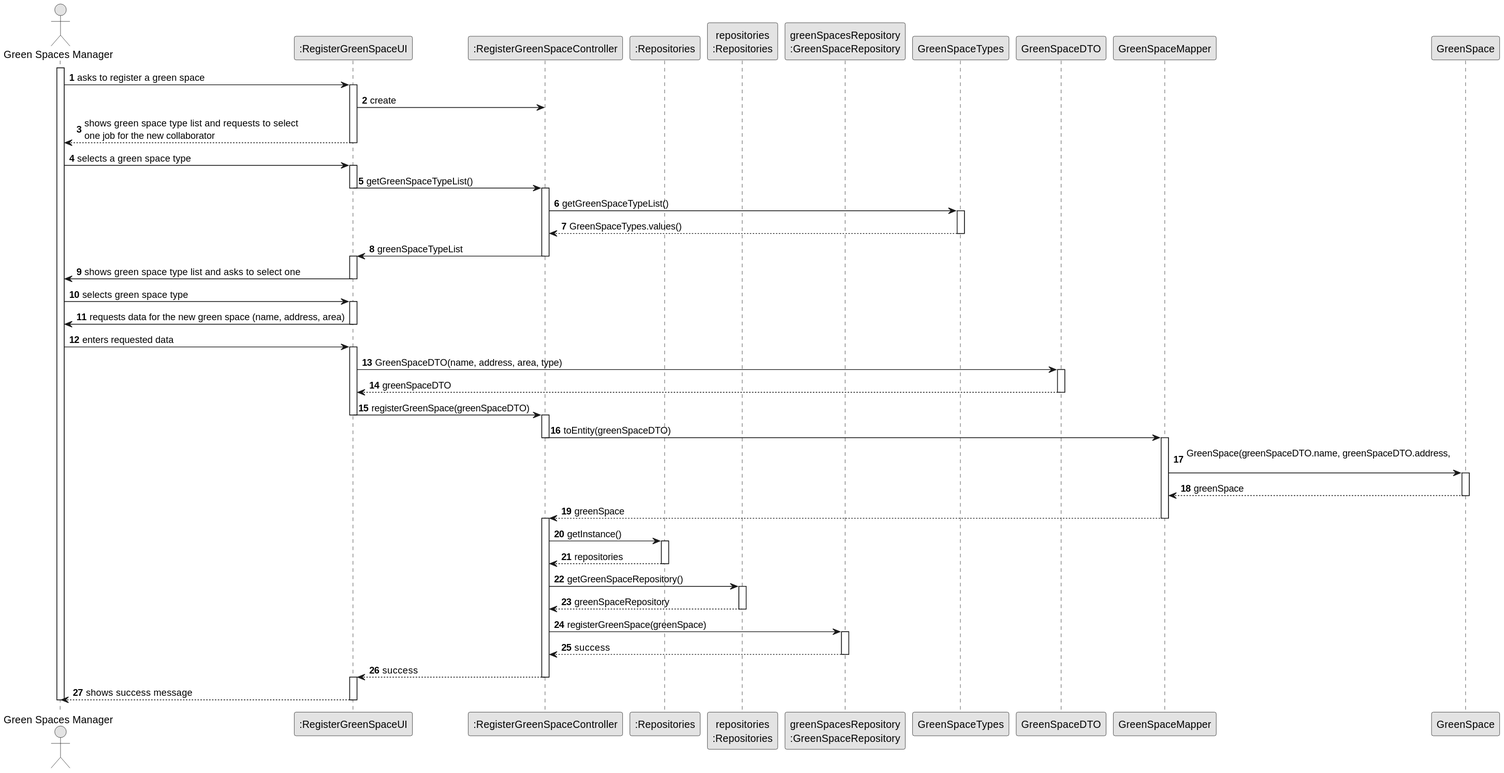
Before: docs/sprintC/us020/03.design/svg/us020-sequence-diagram-full.svg, a diagram exported from PlantUML (Departamento-de-Engenharia-Informatica/lei-24-s2-1do-g164).
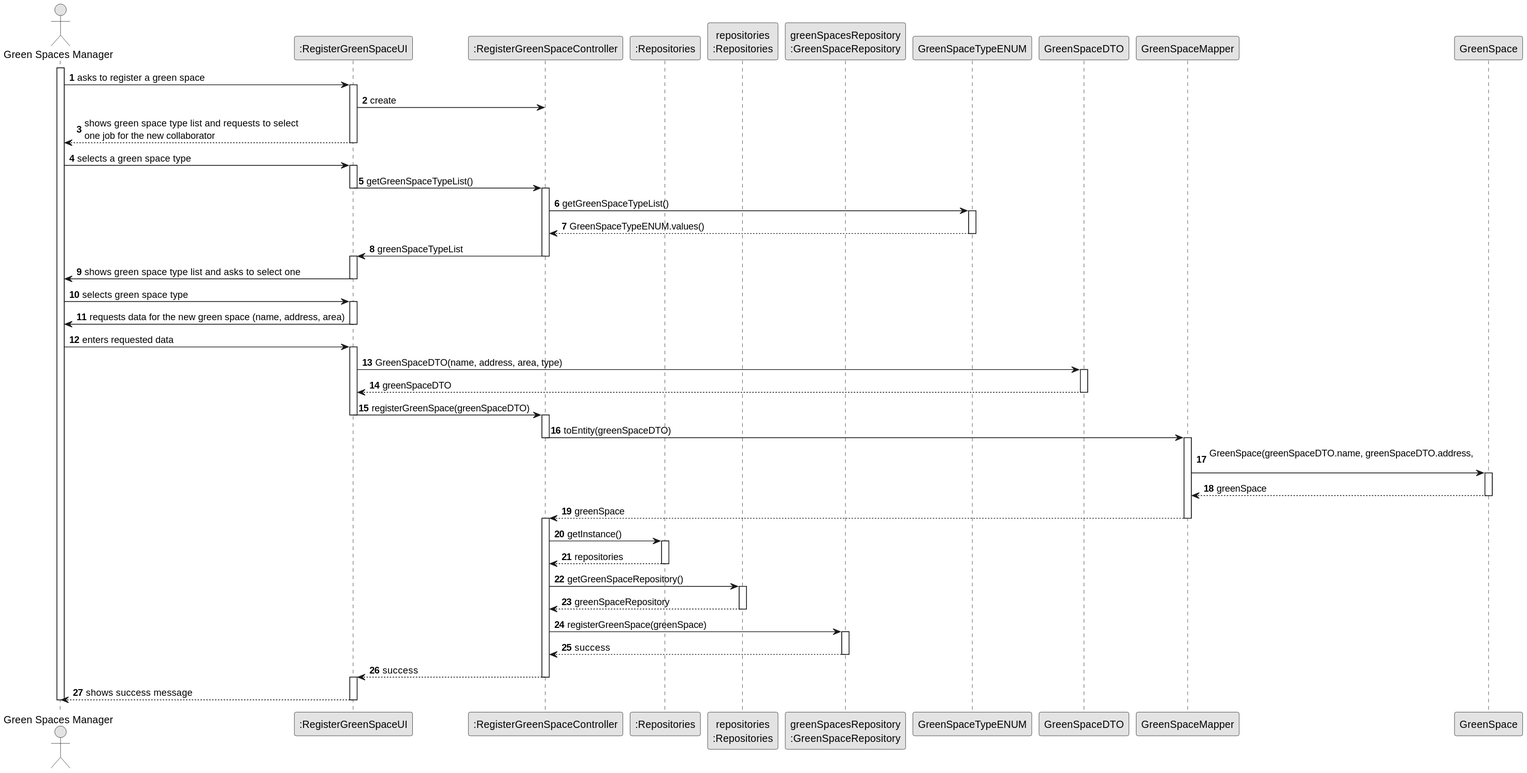
After the commit.

Diff of the diagram source:
```diff
@@ -11,7 +11,7 @@
 participant ":Repositories" as RepositorySingleton
 participant "repositories\n:Repositories" as PLAT
 participant "greenSpacesRepository\n:GreenSpaceRepository" as collaboratorRepository
-participant "GreenSpaceTypes" as DocumentTypeRepository
+participant "GreenSpaceTypeENUM" as DocumentTypeRepository
 participant "GreenSpaceDTO" as GreenSpaceDTO
 activate HRM
 
@@ -31,7 +31,7 @@
     CTRL -> DocumentTypeRepository : getGreenSpaceTypeList()
 
     activate DocumentTypeRepository
-    DocumentTypeRepository --> CTRL : GreenSpaceTypes.values()
+    DocumentTypeRepository --> CTRL : GreenSpaceTypeENUM.values()
     deactivate DocumentTypeRepository
     CTRL -> UI : greenSpaceTypeList
 
```
